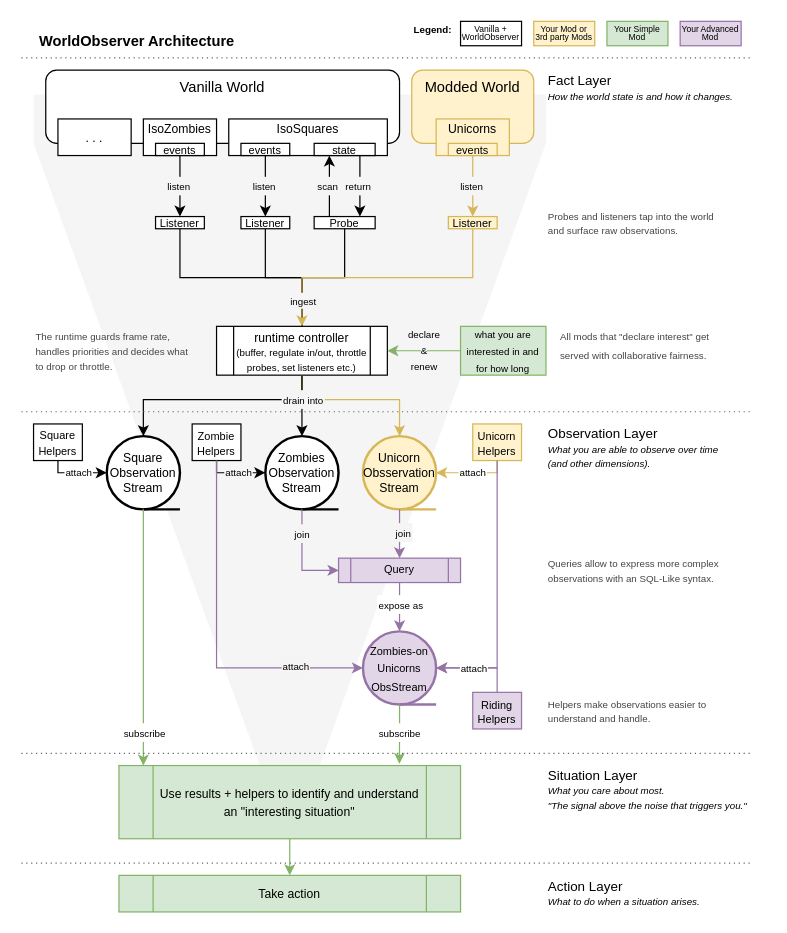
The draw.io diagram docs/diagrams/architecture_full.drawio in christophstrasen/WorldObserver, before the edit. Source tidied: cells renumbered, new cells numbered last; positions are measured from the earlier drawing's top-left corner, leaving out a move shared by most shapes. Both pictures are drawn from the tidied source at 122%, with x=0, y=0 at pixel (21, 21).
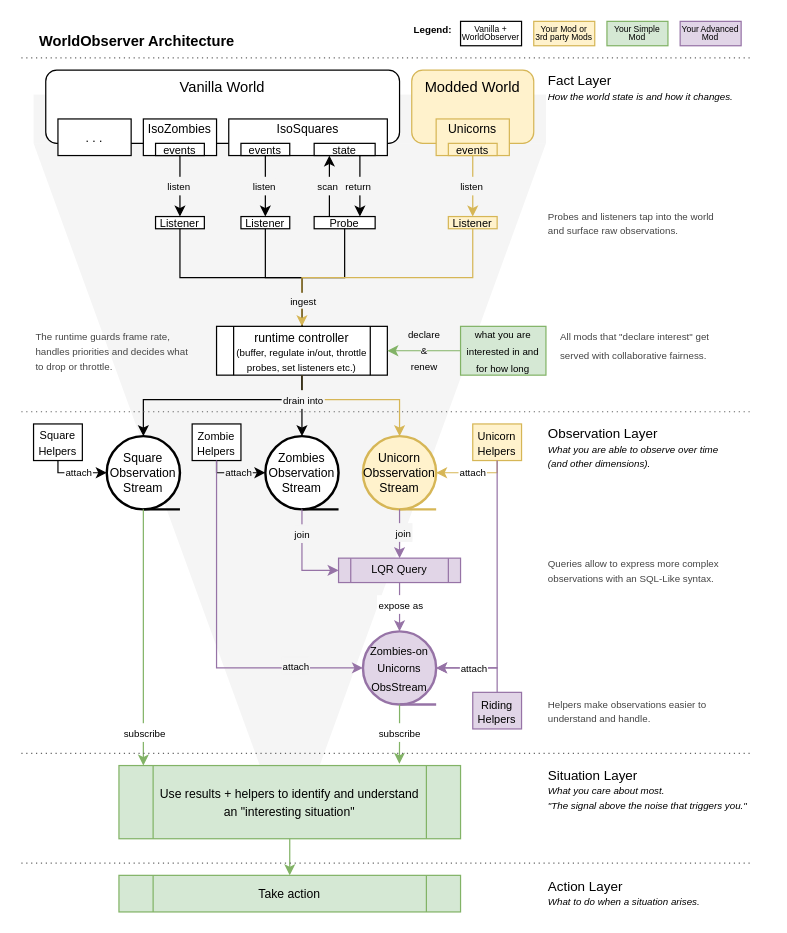
After the change.

Commit message (it also covers changes not shown here):
Adds Architecture rationale and rasterized diagrams

Diff of the diagram source:
```diff
@@
-    <mxCell id="48" value="&lt;div&gt;&lt;span&gt;Query&lt;/span&gt;&lt;/div&gt;" style="shape=process;whiteSpace=wrap;html=1;backgroundOutline=1;fillColor=#e1d5e7;strokeColor=#9673a6;fontSize=9;" parent="1" vertex="1">
+    <mxCell id="48" value="&lt;div&gt;&lt;span&gt;LQR Query&lt;/span&gt;&lt;/div&gt;" style="shape=process;whiteSpace=wrap;html=1;backgroundOutline=1;fillColor=#e1d5e7;strokeColor=#9673a6;fontSize=9;" parent="1" vertex="1">
       <mxGeometry x="260" y="440" width="100" height="20" as="geometry" />
     </mxCell>
```
